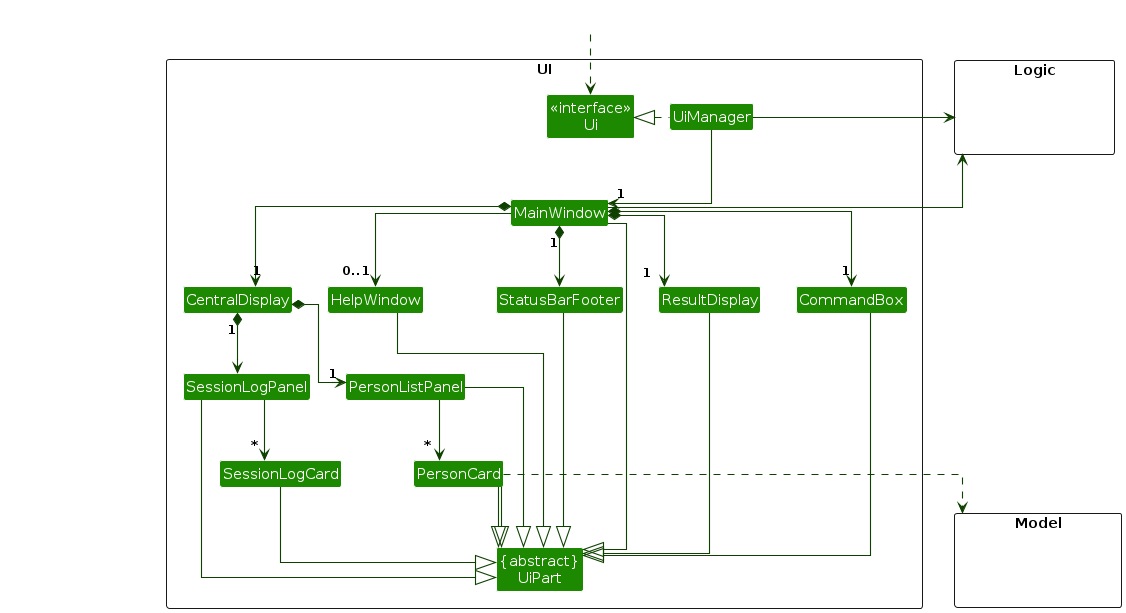
This is diagrams/UiClassDiagram.png from AY2425S1-CS2103T-W13-3/tp, a PlantUML export, as it was before one commit. Its source is kept beside it as diagrams/UiClassDiagram.puml. Its diagram source:
```plantuml
@startuml
!include style.puml
skinparam arrowThickness 1.1
skinparam arrowColor UI_COLOR_T4
skinparam classBackgroundColor UI_COLOR
skinparam linetype ortho

package UI <<Rectangle>>{
Class "<<interface>>\nUi" as Ui
Class "{abstract}\nUiPart" as UiPart
Class UiManager
Class MainWindow
Class HelpWindow
Class ResultDisplay
Class StatusBarFooter
Class CommandBox
Class CentralDisplay
Class PersonListPanel
Class PersonCard
Class SessionLogPanel
Class SessionLogCard
}

package Model <<Rectangle>> {
Class HiddenModel #FFFFFF
}

package Logic <<Rectangle>> {
Class HiddenLogic #FFFFFF
}

Class HiddenOutside #FFFFFF
HiddenOutside ..> Ui

Class HiddenOutsideTwo #FFFFFF
CentralDisplay -[hidden]up- HiddenOutsideTwo

UiManager .left.|> Ui
UiManager -down-> "1" MainWindow

MainWindow *-down->  "1" CommandBox
MainWindow *-down-> "1" ResultDisplay
MainWindow *-down-> "1" CentralDisplay
MainWindow *-down-> "1" StatusBarFooter
MainWindow --> "0..1" HelpWindow

CentralDisplay *-down-> "1" PersonListPanel
CentralDisplay *-down-> "1" SessionLogPanel

PersonListPanel -down-> "*" PersonCard

SessionLogPanel -down-> "*" SessionLogCard

MainWindow -left-|> UiPart

ResultDisplay --|> UiPart
CommandBox --|> UiPart
PersonListPanel --|> UiPart
PersonCard --|> UiPart
StatusBarFooter --|> UiPart
HelpWindow --|> UiPart
PersonCard --|> UiPart
SessionLogPanel --|> UiPart
SessionLogCard --|> UiPart

PersonCard ..> Model
UiManager -right-> Logic
MainWindow -left-> Logic



CentralDisplay -[hidden]left- HelpWindow
HelpWindow -[hidden]left- CommandBox
CommandBox -[hidden]left- ResultDisplay
ResultDisplay -[hidden]left- StatusBarFooter

SessionLogPanel -[hidden]left- PersonListPanel
SessionLogCard -[hidden]left- PersonCard

MainWindow -[hidden]-|> UiPart
@enduml
```
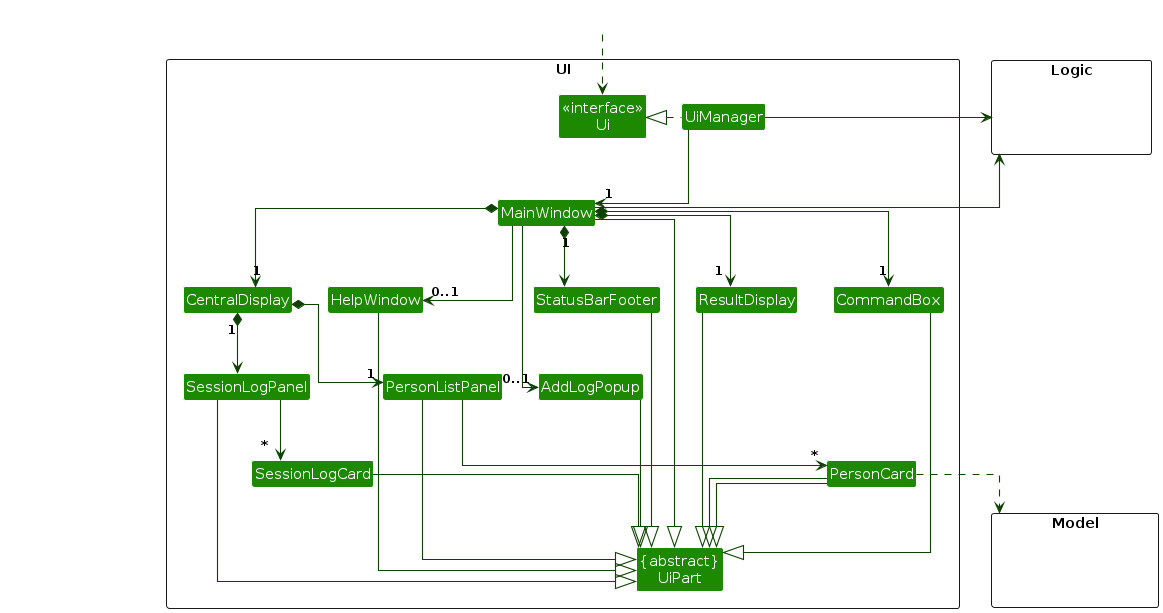
Later version of the same file.

Change to the diagram source:
```diff
@@ -19,6 +19,7 @@
 Class PersonCard
 Class SessionLogPanel
 Class SessionLogCard
+Class AddLogPopup
 }
 
 package Model <<Rectangle>> {
@@ -43,6 +44,7 @@
 MainWindow *-down-> "1" CentralDisplay
 MainWindow *-down-> "1" StatusBarFooter
 MainWindow --> "0..1" HelpWindow
+MainWindow --> "0..1" AddLogPopup
 
 CentralDisplay *-down-> "1" PersonListPanel
 CentralDisplay *-down-> "1" SessionLogPanel
@@ -62,6 +64,7 @@
 PersonCard --|> UiPart
 SessionLogPanel --|> UiPart
 SessionLogCard --|> UiPart
+AddLogPopup --|> UiPart
 
 PersonCard ..> Model
 UiManager -right-> Logic
```
